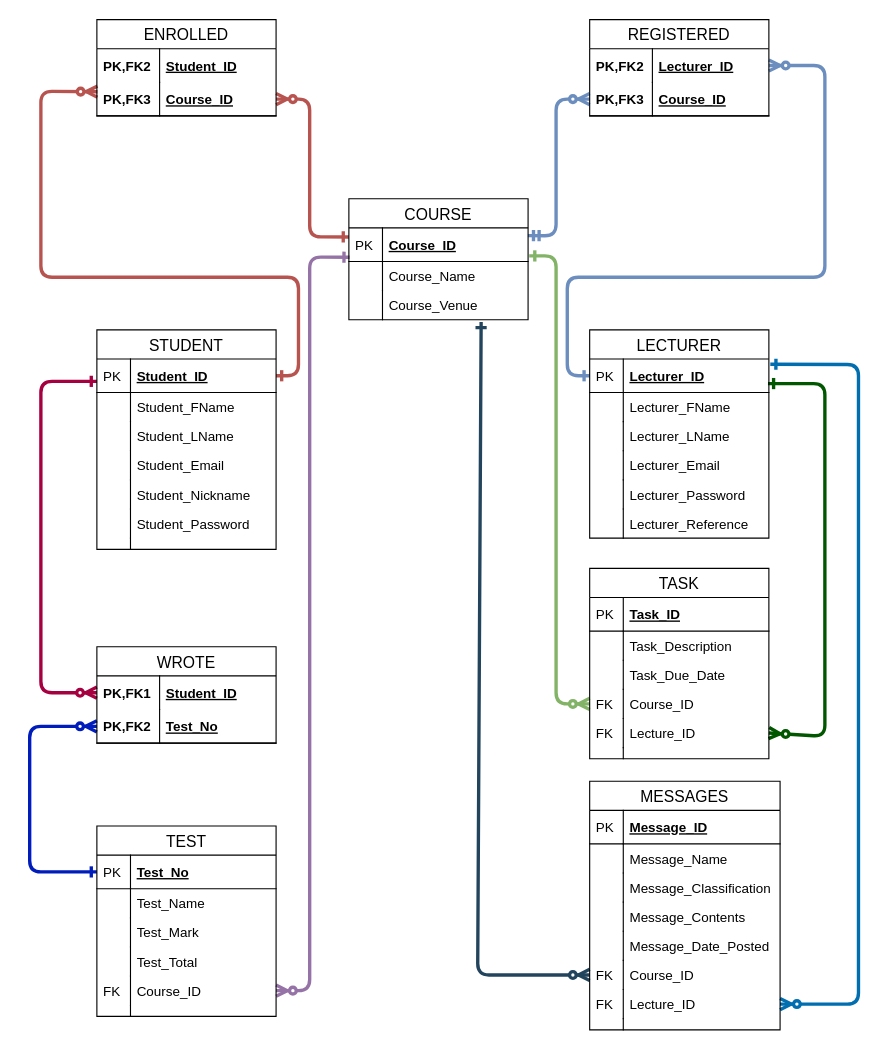
Before: Other/ERDS/OnlineIntialERD.drawio in Arneev/LecTrac, a draw.io diagram. Source tidied: cells renumbered, new cells numbered last; positions are measured from the earlier drawing's top-left corner, leaving out a move shared by most shapes. Both pictures are drawn from the tidied source at 112%, with x=0, y=0 at pixel (29, 19).
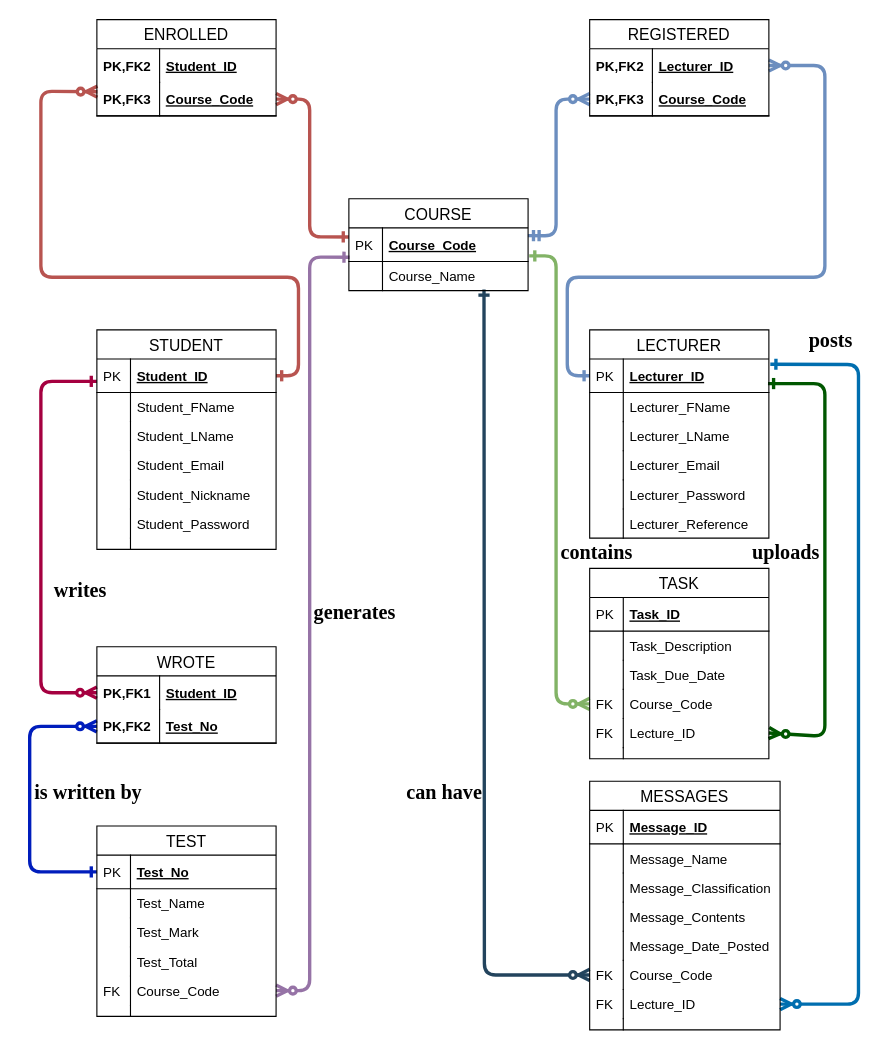
After the change.

Unchanged cells that the change refers to:
```xml
<mxCell id="14" value="Course_Name" style="shape=partialRectangle;top=0;left=0;right=0;bottom=0;align=left;verticalAlign=top;fillColor=none;spacingLeft=34;spacingRight=4;overflow=hidden;points=[[0,0.5],[1,0.5]];portConstraint=eastwest;fontSize=12;" parent="11" vertex="1">
  <mxGeometry y="56" width="160" height="26" as="geometry" />
</mxCell>
<mxCell id="18" value="ENROLLED" style="swimlane;fontStyle=0;horizontal=1;startSize=26;align=center;fontSize=14;" parent="1" vertex="1">
  <mxGeometry x="60" width="160" height="86" as="geometry" />
</mxCell>
<mxCell id="38" value="REGISTERED" style="swimlane;fontStyle=0;horizontal=1;startSize=26;align=center;fontSize=14;" parent="1" vertex="1">
  <mxGeometry x="500" width="160" height="86" as="geometry" />
</mxCell>
<mxCell id="44" value="Lecturer_ID" style="shape=partialRectangle;top=0;left=0;right=0;bottom=1;align=left;verticalAlign=middle;fillColor=none;spacingLeft=34;spacingRight=4;overflow=hidden;points=[[0,0.5],[1,0.5]];portConstraint=eastwest;fontStyle=5;fontSize=12;" parent="43" vertex="1">
  <mxGeometry y="26" width="160" height="30" as="geometry" />
</mxCell>
<mxCell id="61" value="TEST" style="swimlane;fontStyle=0;horizontal=1;startSize=26;align=center;fontSize=14;" parent="1" vertex="1">
  <mxGeometry x="60" y="720" width="160" height="170" as="geometry" />
</mxCell>
<mxCell id="76" value="TASK" style="swimlane;fontStyle=0;horizontal=1;startSize=26;align=center;fontSize=14;" parent="1" vertex="1">
  <mxGeometry x="500" y="490" width="160" height="170" as="geometry" />
</mxCell>
<mxCell id="89" value="MESSAGES" style="swimlane;fontStyle=0;horizontal=1;startSize=26;align=center;fontSize=14;" parent="1" vertex="1">
  <mxGeometry x="500" y="680" width="170" height="222" as="geometry" />
</mxCell>
<mxCell id="102" value="Lecture_ID" style="shape=partialRectangle;top=0;left=0;right=0;bottom=0;align=left;verticalAlign=top;fillColor=none;spacingLeft=34;spacingRight=4;overflow=hidden;points=[[0,0.5],[1,0.5]];portConstraint=eastwest;fontSize=12;" parent="89" vertex="1">
  <mxGeometry y="186" width="170" height="26" as="geometry" />
</mxCell>
```

Diff of the diagram source:
```diff
@@
+    <mxCell id="74" style="fontSize=12;html=1;endArrow=ERzeroToMany;startArrow=ERone;strokeWidth=3;fillColor=#bac8d3;strokeColor=#23445d;entryX=0;entryY=0.5;entryDx=0;entryDy=0;exitX=0.754;exitY=0.962;exitDx=0;exitDy=0;exitPerimeter=0;startFill=0;" parent="1" edge="1" source="14" target="100">
+      <mxGeometry relative="1" as="geometry">
+        <Array as="points">
+          <mxPoint x="406" y="853" />
+        </Array>
+      </mxGeometry>
+    </mxCell>
+    <mxCell id="75" style="fontSize=12;html=1;endArrow=ERone;endFill=1;startArrow=ERzeroToMany;startFill=1;entryX=1.008;entryY=0.157;entryDx=0;entryDy=0;entryPerimeter=0;exitX=1;exitY=0.5;exitDx=0;exitDy=0;strokeWidth=3;fillColor=#1ba1e2;strokeColor=#006EAF;" parent="1" edge="1" source="102" target="44">
+      <mxGeometry relative="1" as="geometry">
+        <Array as="points">
+          <mxPoint x="740" y="879" />
+          <mxPoint x="740" y="308" />
+        </Array>
+      </mxGeometry>
+    </mxCell>
     <mxCell id="11" value="COURSE" style="swimlane;fontStyle=0;horizontal=1;startSize=26;align=center;fontSize=14;" parent="1" vertex="1">
-      <mxGeometry x="285" y="160" width="160" height="108" as="geometry" />
+      <mxGeometry x="285" y="160" width="160" height="82" as="geometry" />
     </mxCell>
-    <mxCell id="12" value="Course_ID" style="shape=partialRectangle;top=0;left=0;right=0;bottom=1;align=left;verticalAlign=middle;fillColor=none;spacingLeft=34;spacingRight=4;overflow=hidden;points=[[0,0.5],[1,0.5]];portConstraint=eastwest;fontStyle=5;fontSize=12;" parent="11" vertex="1">
+    <mxCell id="12" value="Course_Code" style="shape=partialRectangle;top=0;left=0;right=0;bottom=1;align=left;verticalAlign=middle;fillColor=none;spacingLeft=34;spacingRight=4;overflow=hidden;points=[[0,0.5],[1,0.5]];portConstraint=eastwest;fontStyle=5;fontSize=12;" parent="11" vertex="1">
       <mxGeometry y="26" width="160" height="30" as="geometry" />
     </mxCell>
@@
-    <mxCell id="16" value="Course_Venue" style="shape=partialRectangle;top=0;left=0;right=0;bottom=0;align=left;verticalAlign=top;fillColor=none;spacingLeft=34;spacingRight=4;overflow=hidden;points=[[0,0.5],[1,0.5]];portConstraint=eastwest;fontSize=12;" parent="11" vertex="1">
-      <mxGeometry y="82" width="160" height="26" as="geometry" />
-    </mxCell>
-    <mxCell id="17" style="shape=partialRectangle;top=0;left=0;bottom=0;fillColor=none;align=left;verticalAlign=top;spacingLeft=4;spacingRight=4;overflow=hidden;fontSize=12;" parent="16" vertex="1">
-      <mxGeometry width="30" height="26" as="geometry" />
-    </mxCell>
@@
-    <mxCell id="21" value="Course_ID" style="shape=partialRectangle;top=0;left=0;right=0;bottom=1;align=left;verticalAlign=middle;fillColor=none;spacingLeft=60;spacingRight=4;overflow=hidden;points=[[0,0.5],[1,0.5]];portConstraint=eastwest;fontStyle=5;fontSize=12;" parent="18" vertex="1">
+    <mxCell id="21" value="Course_Code" style="shape=partialRectangle;top=0;left=0;right=0;bottom=1;align=left;verticalAlign=middle;fillColor=none;spacingLeft=60;spacingRight=4;overflow=hidden;points=[[0,0.5],[1,0.5]];portConstraint=eastwest;fontStyle=5;fontSize=12;" parent="18" vertex="1">
       <mxGeometry y="56" width="160" height="30" as="geometry" />
     </mxCell>
@@
-    <mxCell id="41" value="Course_ID" style="shape=partialRectangle;top=0;left=0;right=0;bottom=1;align=left;verticalAlign=middle;fillColor=none;spacingLeft=60;spacingRight=4;overflow=hidden;points=[[0,0.5],[1,0.5]];portConstraint=eastwest;fontStyle=5;fontSize=12;" parent="38" vertex="1">
+    <mxCell id="41" value="Course_Code" style="shape=partialRectangle;top=0;left=0;right=0;bottom=1;align=left;verticalAlign=middle;fillColor=none;spacingLeft=60;spacingRight=4;overflow=hidden;points=[[0,0.5],[1,0.5]];portConstraint=eastwest;fontStyle=5;fontSize=12;" parent="38" vertex="1">
       <mxGeometry y="56" width="160" height="30" as="geometry" />
     </mxCell>
@@
-    <mxCell id="70" value="Course_ID" style="shape=partialRectangle;top=0;left=0;right=0;bottom=0;align=left;verticalAlign=top;fillColor=none;spacingLeft=34;spacingRight=4;overflow=hidden;points=[[0,0.5],[1,0.5]];portConstraint=eastwest;fontSize=12;" parent="61" vertex="1">
+    <mxCell id="70" value="Course_Code" style="shape=partialRectangle;top=0;left=0;right=0;bottom=0;align=left;verticalAlign=top;fillColor=none;spacingLeft=34;spacingRight=4;overflow=hidden;points=[[0,0.5],[1,0.5]];portConstraint=eastwest;fontSize=12;" parent="61" vertex="1">
       <mxGeometry y="134" width="160" height="26" as="geometry" />
     </mxCell>
@@
-    <mxCell id="74" style="fontSize=12;html=1;endArrow=ERzeroToMany;startArrow=ERone;strokeWidth=3;fillColor=#bac8d3;strokeColor=#23445d;entryX=0;entryY=0.5;entryDx=0;entryDy=0;exitX=0.738;exitY=1.077;exitDx=0;exitDy=0;exitPerimeter=0;startFill=0;" parent="1" edge="1" source="16" target="100">
-      <mxGeometry relative="1" as="geometry">
-        <Array as="points">
-          <mxPoint x="400" y="853" />
-        </Array>
-      </mxGeometry>
-    </mxCell>
-    <mxCell id="75" style="fontSize=12;html=1;endArrow=ERone;endFill=1;startArrow=ERzeroToMany;startFill=1;entryX=1.008;entryY=0.157;entryDx=0;entryDy=0;entryPerimeter=0;exitX=1;exitY=0.5;exitDx=0;exitDy=0;strokeWidth=3;fillColor=#1ba1e2;strokeColor=#006EAF;" parent="1" edge="1" source="102" target="44">
-      <mxGeometry relative="1" as="geometry">
-        <Array as="points">
-          <mxPoint x="740" y="879" />
-          <mxPoint x="740" y="308" />
-        </Array>
-      </mxGeometry>
-    </mxCell>
@@
-    <mxCell id="83" value="Course_ID" style="shape=partialRectangle;top=0;left=0;right=0;bottom=0;align=left;verticalAlign=top;fillColor=none;spacingLeft=34;spacingRight=4;overflow=hidden;points=[[0,0.5],[1,0.5]];portConstraint=eastwest;fontSize=12;" parent="76" vertex="1">
+    <mxCell id="83" value="Course_Code" style="shape=partialRectangle;top=0;left=0;right=0;bottom=0;align=left;verticalAlign=top;fillColor=none;spacingLeft=34;spacingRight=4;overflow=hidden;points=[[0,0.5],[1,0.5]];portConstraint=eastwest;fontSize=12;" parent="76" vertex="1">
       <mxGeometry y="108" width="160" height="26" as="geometry" />
     </mxCell>
@@
-    <mxCell id="100" value="Course_ID" style="shape=partialRectangle;top=0;left=0;right=0;bottom=0;align=left;verticalAlign=top;fillColor=none;spacingLeft=34;spacingRight=4;overflow=hidden;points=[[0,0.5],[1,0.5]];portConstraint=eastwest;fontSize=12;" parent="89" vertex="1">
+    <mxCell id="100" value="Course_Code" style="shape=partialRectangle;top=0;left=0;right=0;bottom=0;align=left;verticalAlign=top;fillColor=none;spacingLeft=34;spacingRight=4;overflow=hidden;points=[[0,0.5],[1,0.5]];portConstraint=eastwest;fontSize=12;" parent="89" vertex="1">
       <mxGeometry y="160" width="170" height="26" as="geometry" />
     </mxCell>
@@
+    <mxCell id="106" value="&lt;font style=&quot;font-size: 18px&quot; face=&quot;Times New Roman&quot;&gt;&lt;b&gt;can have&lt;/b&gt;&lt;/font&gt;" style="text;html=1;align=center;verticalAlign=middle;" parent="1" vertex="1">
+      <mxGeometry x="330" y="680" width="80" height="20" as="geometry" />
+    </mxCell>
+    <mxCell id="107" value="&lt;font face=&quot;Times New Roman&quot;&gt;&lt;span style=&quot;font-size: 18px&quot;&gt;&lt;b&gt;generates&lt;/b&gt;&lt;/span&gt;&lt;/font&gt;" style="text;html=1;align=center;verticalAlign=middle;" parent="1" vertex="1">
+      <mxGeometry x="245" y="520" width="90" height="20" as="geometry" />
+    </mxCell>
+    <mxCell id="108" value="&lt;font style=&quot;font-size: 18px&quot; face=&quot;Times New Roman&quot;&gt;&lt;b&gt;posts&lt;/b&gt;&lt;/font&gt;" style="text;html=1;align=center;verticalAlign=middle;" parent="1" vertex="1">
+      <mxGeometry x="690" y="277" width="50" height="20" as="geometry" />
+    </mxCell>
+    <mxCell id="109" value="&lt;font style=&quot;font-size: 18px&quot; face=&quot;Times New Roman&quot;&gt;&lt;b&gt;uploads&lt;/b&gt;&lt;/font&gt;" style="text;html=1;align=center;verticalAlign=middle;" parent="1" vertex="1">
+      <mxGeometry x="635" y="466" width="80" height="20" as="geometry" />
+    </mxCell>
+    <mxCell id="110" value="&lt;font style=&quot;font-size: 18px&quot; face=&quot;Times New Roman&quot;&gt;&lt;b&gt;contains&lt;/b&gt;&lt;/font&gt;" style="text;html=1;align=center;verticalAlign=middle;" parent="1" vertex="1">
+      <mxGeometry x="466" y="466" width="80" height="20" as="geometry" />
+    </mxCell>
+    <mxCell id="111" value="&lt;font style=&quot;font-size: 18px&quot; face=&quot;Times New Roman&quot;&gt;&lt;b&gt;is written by&lt;/b&gt;&lt;/font&gt;" style="text;html=1;align=center;verticalAlign=middle;" parent="1" vertex="1">
+      <mxGeometry x="-3" y="680" width="110" height="20" as="geometry" />
+    </mxCell>
+    <mxCell id="112" value="&lt;font style=&quot;font-size: 18px&quot; face=&quot;Times New Roman&quot;&gt;&lt;b&gt;writes&lt;/b&gt;&lt;/font&gt;" style="text;html=1;align=center;verticalAlign=middle;" parent="1" vertex="1">
+      <mxGeometry x="15" y="500" width="60" height="20" as="geometry" />
+    </mxCell>
```
